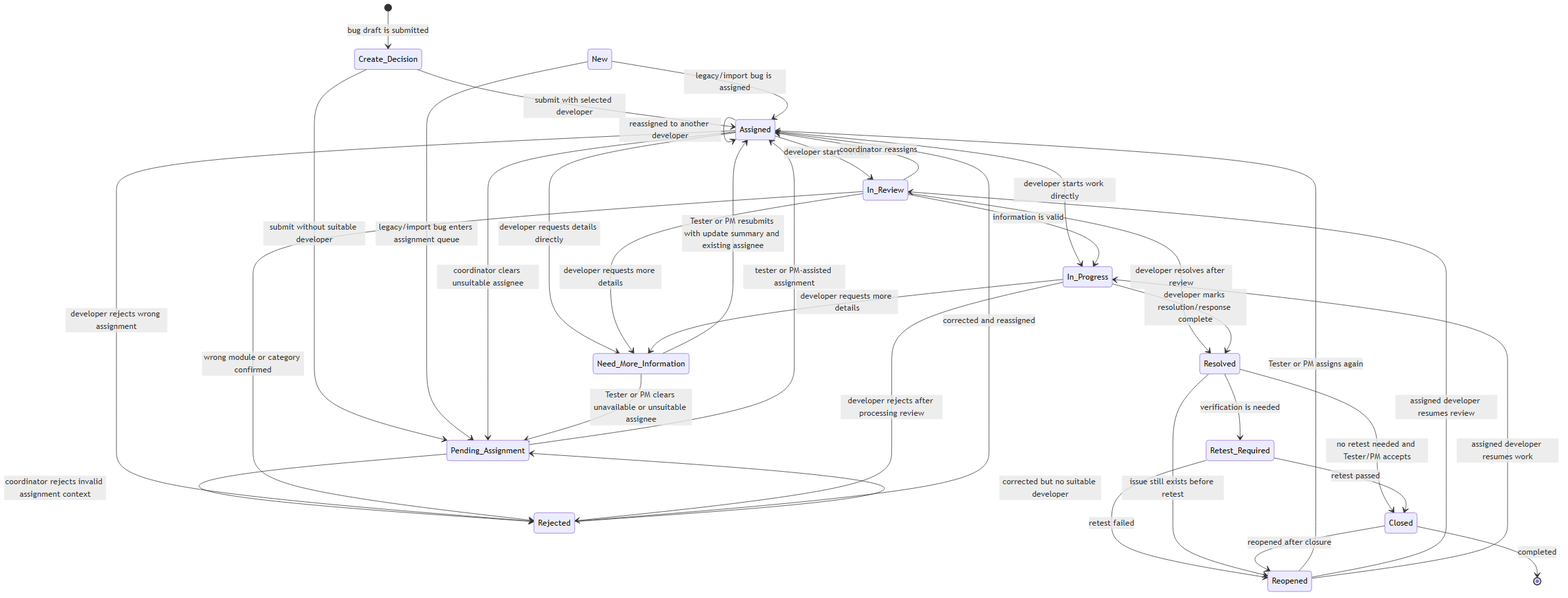
Above: docs/diagrams/rendered/png/08-status-lifecycle.png in DarwinDO/IDTS-SAP01 (Mermaid), before the change. Its source is kept beside it as docs/diagrams/rendered/source/08-status-lifecycle.mmd.
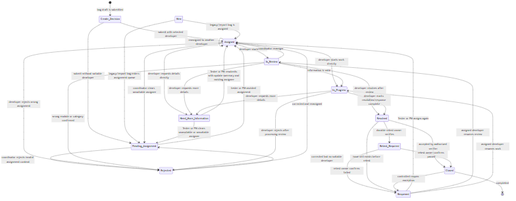
After the change.

Diff of the diagram source:
```diff
@@ -29,12 +29,12 @@
     In_Progress --> Resolved: developer marks resolution/response complete
     In_Progress --> Rejected: developer rejects after processing review
 
-    Resolved --> Retest_Required: verification is needed
-    Resolved --> Closed: no retest needed and Tester/PM accepts
-    Retest_Required --> Closed: retest passed
-    Retest_Required --> Reopened: retest failed
+    Resolved --> Retest_Required: durable retest owner verifies
+    Resolved --> Closed: accepted by authorized verifier
+    Retest_Required --> Closed: retest owner confirms passed
+    Retest_Required --> Reopened: retest owner confirms failed
     Resolved --> Reopened: issue still exists before retest
-    Closed --> Reopened: reopened after closure
+    Closed --> Reopened: controlled reopen exception
 
     Reopened --> Assigned: Tester or PM assigns again
     Reopened --> In_Review: assigned developer resumes review
```
